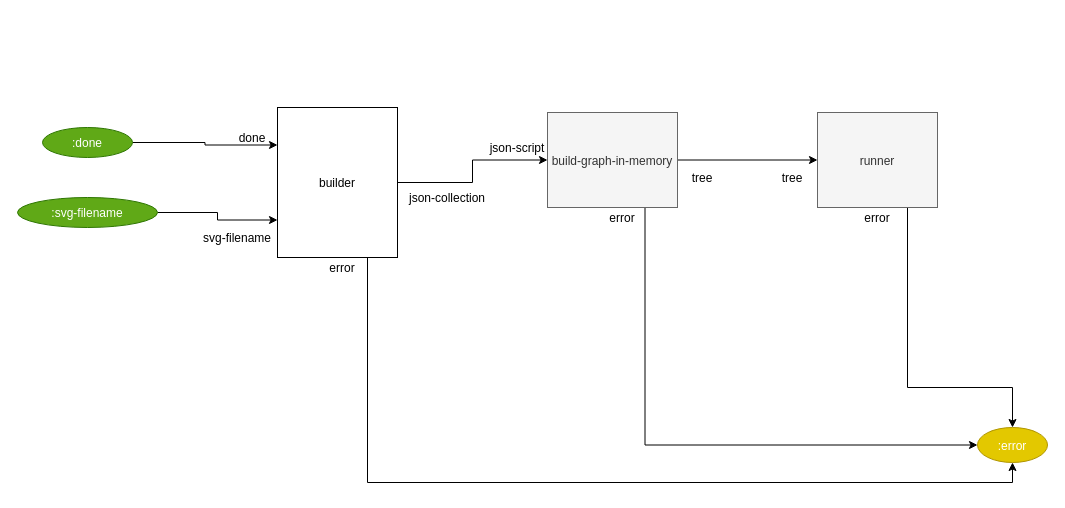
Above: page "0. build-load-and-run" (1 of 5) of build_process/cl-build/build.drawio in bmfbp/bmfbp (draw.io), before the change. Source tidied: cells renumbered, new cells numbered last; positions are measured from the earlier drawing's top-left corner, leaving out a move shared by most shapes. Both pictures are drawn from the tidied source at 100%, with x=0, y=0 at pixel (17, 107).
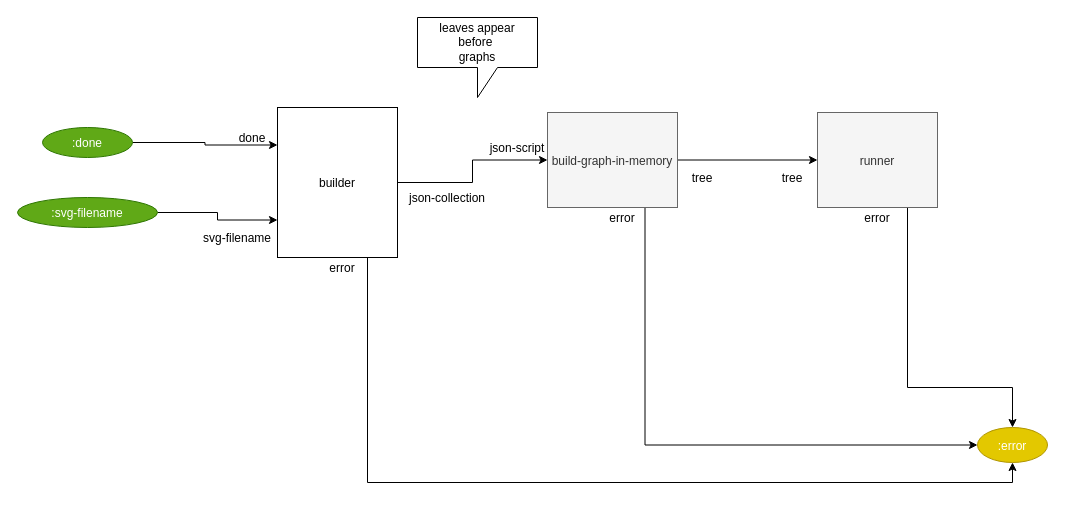
The same page after the edit.

Commit message (it also covers changes not shown here):
build in reverse (depth-first) order ; graphs emitted before leaves

Change to the diagram source:
```diff
@@
+    <mxCell id="24" value="leaves appear &lt;br&gt;before&amp;nbsp;&lt;br&gt;graphs" style="shape=callout;whiteSpace=wrap;html=1;perimeter=calloutPerimeter;" parent="1" vertex="1">
+      <mxGeometry x="400" y="-90" width="120" height="80" as="geometry" />
+    </mxCell>
```
